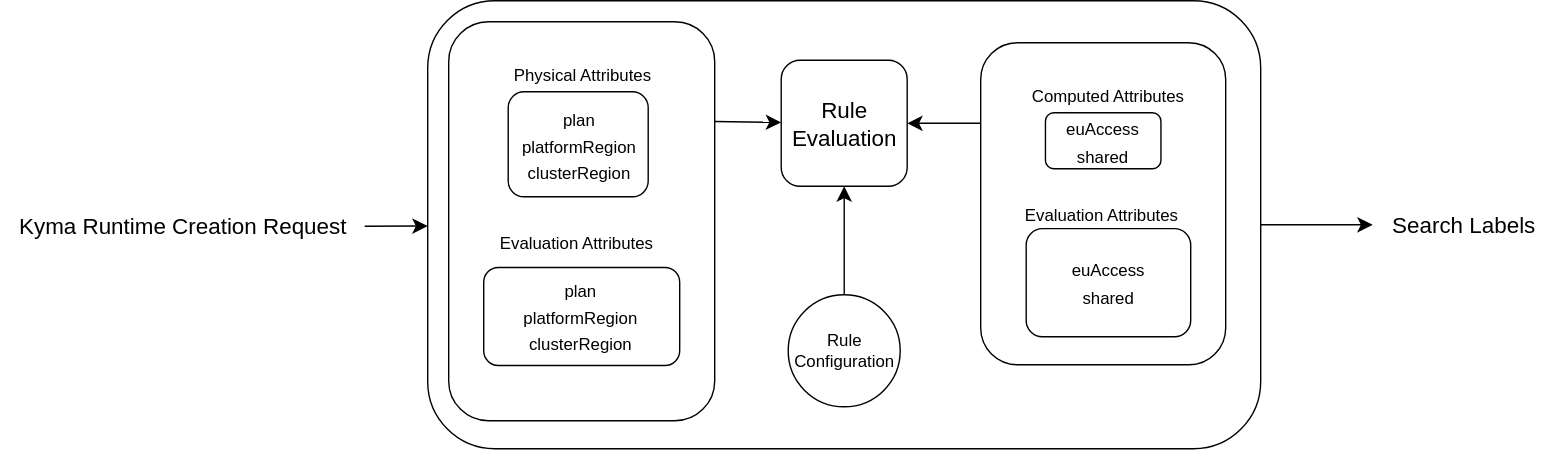
Before: docs/assets/hap-rules-general.drawio.svg, a diagram exported from draw.io (kyma-project/kyma-environment-broker). Source tidied: cells renumbered, new cells last; positions are measured from the earlier drawing's top-left corner, leaving out a move shared by most shapes. Source of this version:
```xml
<mxGraphModel>
  <root>
    <mxCell id="0" />
    <mxCell id="1" parent="0" />
    <mxCell id="2" style="edgeStyle=none;curved=1;rounded=0;jettySize=auto;html=1;fontSize=12;startSize=8;endSize=8;" parent="1" edge="1" source="3" target="15">
      <mxGeometry relative="1" as="geometry" />
    </mxCell>
    <mxCell id="3" style="whiteSpace=wrap;html=1;rounded=1;" parent="1" vertex="1">
      <mxGeometry x="305" width="595" height="320" as="geometry" />
    </mxCell>
    <mxCell id="4" style="edgeStyle=none;curved=1;rounded=0;jettySize=auto;html=1;exitX=0;exitY=0.25;exitDx=0;exitDy=0;fontSize=12;startSize=8;endSize=8;" parent="1" edge="1" source="5" target="12">
      <mxGeometry relative="1" as="geometry" />
    </mxCell>
    <mxCell id="5" style="whiteSpace=wrap;html=1;rounded=1;" parent="1" vertex="1">
      <mxGeometry x="700" y="30" width="175" height="230" as="geometry" />
    </mxCell>
    <mxCell id="6" style="whiteSpace=wrap;html=1;rounded=1;" parent="1" vertex="1">
      <mxGeometry x="746.2" y="80" width="82.5" height="40" as="geometry" />
    </mxCell>
    <mxCell id="7" style="edgeStyle=none;curved=1;rounded=0;jettySize=auto;html=1;exitX=1;exitY=0.25;exitDx=0;exitDy=0;fontSize=12;startSize=8;endSize=8;" parent="1" edge="1" source="8" target="12">
      <mxGeometry relative="1" as="geometry" />
    </mxCell>
    <mxCell id="8" style="whiteSpace=wrap;html=1;rounded=1;" parent="1" vertex="1">
      <mxGeometry x="320" y="15" width="190" height="285" as="geometry" />
    </mxCell>
    <mxCell id="9" style="whiteSpace=wrap;html=1;rounded=1;" parent="1" vertex="1">
      <mxGeometry x="345" y="190.5" width="140" height="70" as="geometry" />
    </mxCell>
    <mxCell id="10" style="whiteSpace=wrap;html=1;rounded=1;" parent="1" vertex="1">
      <mxGeometry x="732.5" y="162.8" width="117.5" height="77.2" as="geometry" />
    </mxCell>
    <mxCell id="11" style="whiteSpace=wrap;html=1;rounded=1;" parent="1" vertex="1">
      <mxGeometry x="362.5" y="65" width="100" height="75" as="geometry" />
    </mxCell>
    <mxCell id="12" value="&lt;span style=&quot;font-size: 16px;&quot;&gt;Rule Evaluation&lt;/span&gt;" style="whiteSpace=wrap;html=1;rounded=1;" parent="1" vertex="1">
      <mxGeometry x="557.5" y="42.5" width="90" height="90" as="geometry" />
    </mxCell>
    <mxCell id="13" style="edgeStyle=none;curved=1;rounded=0;jettySize=auto;html=1;fontSize=12;startSize=8;endSize=8;" parent="1" edge="1" source="14" target="3">
      <mxGeometry relative="1" as="geometry" />
    </mxCell>
    <mxCell id="14" value="&lt;font&gt;Kyma Runtime Creation Request&lt;/font&gt;" style="text;html=1;align=center;verticalAlign=middle;points=[];strokeColor=none;fillColor=none;fontSize=16;" parent="1" vertex="1">
      <mxGeometry y="146.4" width="260" height="30" as="geometry" />
    </mxCell>
    <mxCell id="15" value="Search Labels" style="text;html=1;align=center;verticalAlign=middle;points=[];strokeColor=none;fillColor=none;fontSize=16;" parent="1" vertex="1">
      <mxGeometry x="980" y="145" width="130" height="30" as="geometry" />
    </mxCell>
    <mxCell id="16" style="edgeStyle=none;curved=1;rounded=0;jettySize=auto;html=1;fontSize=12;startSize=8;endSize=8;" parent="1" edge="1" source="17" target="12">
      <mxGeometry relative="1" as="geometry" />
    </mxCell>
    <mxCell id="17" value="Rule Configuration" style="ellipse;whiteSpace=wrap;html=1;" parent="1" vertex="1">
      <mxGeometry x="562.5" y="210" width="80" height="80" as="geometry" />
    </mxCell>
    <mxCell id="18" value="&lt;div&gt;&lt;span style=&quot;font-size: 12px; background-color: transparent; color: light-dark(rgb(0, 0, 0), rgb(255, 255, 255));&quot;&gt;euAccess&lt;/span&gt;&lt;br&gt;&lt;/div&gt;&lt;div&gt;&lt;span style=&quot;font-size: 12px; background-color: transparent; color: light-dark(rgb(0, 0, 0), rgb(255, 255, 255));&quot;&gt;shared&lt;/span&gt;&lt;/div&gt;" style="text;html=1;align=center;verticalAlign=middle;strokeColor=none;fillColor=none;fontSize=16;" parent="1" vertex="1">
      <mxGeometry x="746.9" y="75" width="80" height="50" as="geometry" />
    </mxCell>
    <mxCell id="19" value="&lt;div&gt;&lt;font style=&quot;font-size: 12px;&quot;&gt;plan&lt;/font&gt;&lt;/div&gt;&lt;div&gt;&lt;font style=&quot;font-size: 12px;&quot;&gt;platformRegion&lt;/font&gt;&lt;/div&gt;&lt;div&gt;&lt;font style=&quot;font-size: 12px;&quot;&gt;clusterRegion&lt;/font&gt;&lt;/div&gt;" style="text;html=1;align=center;verticalAlign=middle;strokeColor=none;fillColor=none;fontSize=16;" parent="1" vertex="1">
      <mxGeometry x="363.8" y="190" width="100" height="70" as="geometry" />
    </mxCell>
    <mxCell id="20" value="&lt;div&gt;&lt;span style=&quot;background-color: transparent; color: light-dark(rgb(0, 0, 0), rgb(255, 255, 255)); font-size: 12px;&quot;&gt;euAccess&lt;/span&gt;&lt;br&gt;&lt;/div&gt;&lt;div&gt;&lt;span style=&quot;font-size: 12px; background-color: transparent; color: light-dark(rgb(0, 0, 0), rgb(255, 255, 255));&quot;&gt;shared&lt;/span&gt;&lt;/div&gt;" style="text;html=1;align=center;verticalAlign=middle;strokeColor=none;fillColor=none;fontSize=16;" parent="1" vertex="1">
      <mxGeometry x="751.2" y="176.4" width="80" height="50" as="geometry" />
    </mxCell>
    <mxCell id="21" value="&lt;div&gt;&lt;span style=&quot;font-size: 12px; background-color: transparent; color: light-dark(rgb(0, 0, 0), rgb(255, 255, 255));&quot;&gt;plan&lt;/span&gt;&lt;br&gt;&lt;/div&gt;&lt;div&gt;&lt;font style=&quot;font-size: 12px;&quot;&gt;platformRegion&lt;/font&gt;&lt;/div&gt;&lt;div&gt;&lt;font style=&quot;font-size: 12px;&quot;&gt;clusterRegion&lt;/font&gt;&lt;/div&gt;" style="text;html=1;align=center;verticalAlign=middle;strokeColor=none;fillColor=none;fontSize=16;" parent="1" vertex="1">
      <mxGeometry x="362.5" y="67.5" width="100" height="70" as="geometry" />
    </mxCell>
    <mxCell id="22" value="&lt;span style=&quot;font-family: Helvetica; font-size: 12px; font-style: normal; font-variant-ligatures: normal; font-variant-caps: normal; font-weight: 400; letter-spacing: normal; orphans: 2; text-align: center; text-indent: 0px; text-transform: none; widows: 2; word-spacing: 0px; -webkit-text-stroke-width: 0px; white-space: nowrap; text-decoration-thickness: initial; text-decoration-style: initial; text-decoration-color: initial; float: none; display: inline !important;&quot;&gt;&lt;font&gt;Physical Attributes&lt;/font&gt;&lt;/span&gt;" style="text;whiteSpace=wrap;html=1;" parent="1" vertex="1">
      <mxGeometry x="365" y="40" width="70" height="30" as="geometry" />
    </mxCell>
    <mxCell id="23" value="&lt;span style=&quot;font-family: Helvetica; font-style: normal; font-variant-ligatures: normal; font-variant-caps: normal; font-weight: 400; letter-spacing: normal; orphans: 2; text-align: center; text-indent: 0px; text-transform: none; widows: 2; word-spacing: 0px; -webkit-text-stroke-width: 0px; white-space: nowrap; text-decoration-thickness: initial; text-decoration-style: initial; text-decoration-color: initial; float: none; display: inline !important;&quot;&gt;&lt;font&gt;Evaluation Attributes&lt;/font&gt;&lt;/span&gt;" style="text;whiteSpace=wrap;html=1;" parent="1" vertex="1">
      <mxGeometry x="355" y="160" width="120" height="30" as="geometry" />
    </mxCell>
    <mxCell id="24" value="&lt;font style=&quot;forced-color-adjust: none; font-family: Helvetica; font-style: normal; font-variant-ligatures: normal; font-variant-caps: normal; font-weight: 400; letter-spacing: normal; orphans: 2; text-align: center; text-indent: 0px; text-transform: none; widows: 2; word-spacing: 0px; -webkit-text-stroke-width: 0px; white-space: nowrap; text-decoration-thickness: initial; text-decoration-style: initial; text-decoration-color: initial; font-size: 12px; box-shadow: none !important;&quot;&gt;Evaluation Attributes&lt;/font&gt;" style="text;whiteSpace=wrap;html=1;" parent="1" vertex="1">
      <mxGeometry x="730" y="140" width="140" height="40" as="geometry" />
    </mxCell>
    <mxCell id="25" value="&lt;font style=&quot;forced-color-adjust: none; font-family: Helvetica; font-style: normal; font-variant-ligatures: normal; font-variant-caps: normal; font-weight: 400; letter-spacing: normal; orphans: 2; text-align: center; text-indent: 0px; text-transform: none; widows: 2; word-spacing: 0px; -webkit-text-stroke-width: 0px; white-space: nowrap; text-decoration-thickness: initial; text-decoration-style: initial; text-decoration-color: initial; font-size: 12px; box-shadow: none !important;&quot;&gt;Computed Attributes&lt;/font&gt;" style="text;whiteSpace=wrap;html=1;" parent="1" vertex="1">
      <mxGeometry x="735" y="55" width="96.2" height="25" as="geometry" />
    </mxCell>
    <mxCell id="26" style="edgeStyle=none;curved=1;rounded=0;orthogonalLoop=1;jettySize=auto;html=1;exitX=1;exitY=0.5;exitDx=0;exitDy=0;fontSize=12;startSize=8;endSize=8;" parent="1" edge="1" source="25" target="25">
      <mxGeometry relative="1" as="geometry" />
    </mxCell>
  </root>
</mxGraphModel>
```
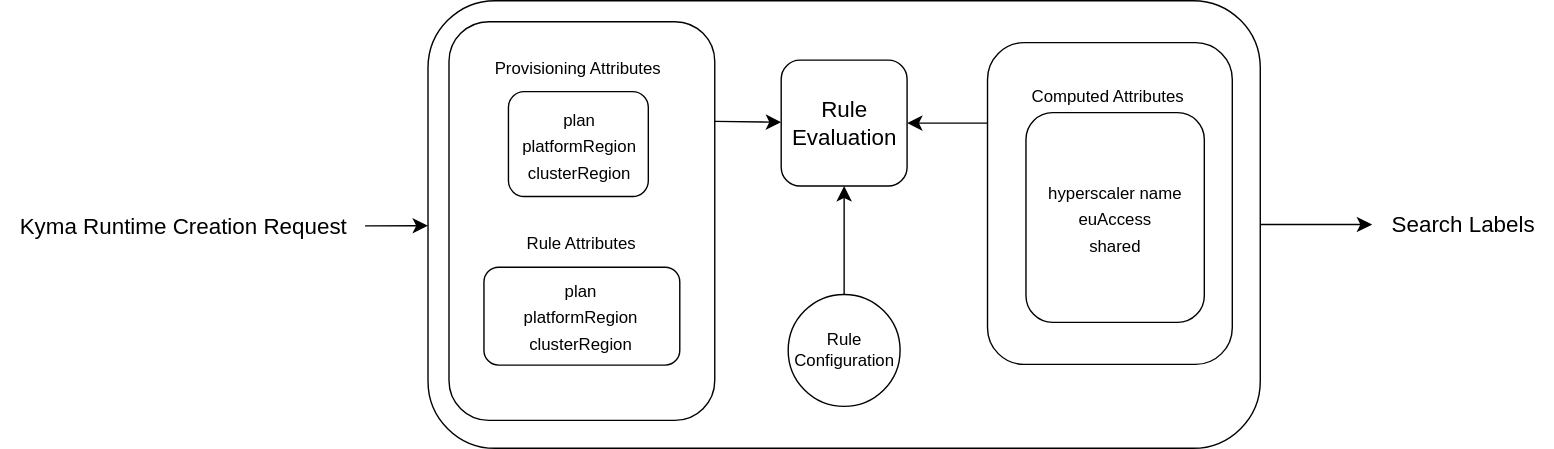
After the change.

What changed in the source:
```diff
@@ -12,11 +12,8 @@
       <mxGeometry relative="1" as="geometry" />
     </mxCell>
     <mxCell id="5" style="whiteSpace=wrap;html=1;rounded=1;" parent="1" vertex="1">
-      <mxGeometry x="700" y="30" width="175" height="230" as="geometry" />
+      <mxGeometry x="705" y="30" width="175" height="230" as="geometry" />
     </mxCell>
-    <mxCell id="6" style="whiteSpace=wrap;html=1;rounded=1;" parent="1" vertex="1">
-      <mxGeometry x="746.2" y="80" width="82.5" height="40" as="geometry" />
-    </mxCell>
     <mxCell id="7" style="edgeStyle=none;curved=1;rounded=0;jettySize=auto;html=1;exitX=1;exitY=0.25;exitDx=0;exitDy=0;fontSize=12;startSize=8;endSize=8;" parent="1" edge="1" source="8" target="12">
       <mxGeometry relative="1" as="geometry" />
     </mxCell>
@@ -27,7 +24,7 @@
       <mxGeometry x="345" y="190.5" width="140" height="70" as="geometry" />
     </mxCell>
     <mxCell id="10" style="whiteSpace=wrap;html=1;rounded=1;" parent="1" vertex="1">
-      <mxGeometry x="732.5" y="162.8" width="117.5" height="77.2" as="geometry" />
+      <mxGeometry x="732.5" y="80" width="127.5" height="150" as="geometry" />
     </mxCell>
     <mxCell id="11" style="whiteSpace=wrap;html=1;rounded=1;" parent="1" vertex="1">
       <mxGeometry x="362.5" y="65" width="100" height="75" as="geometry" />
@@ -50,27 +47,21 @@
     <mxCell id="17" value="Rule Configuration" style="ellipse;whiteSpace=wrap;html=1;" parent="1" vertex="1">
       <mxGeometry x="562.5" y="210" width="80" height="80" as="geometry" />
     </mxCell>
-    <mxCell id="18" value="&lt;div&gt;&lt;span style=&quot;font-size: 12px; background-color: transparent; color: light-dark(rgb(0, 0, 0), rgb(255, 255, 255));&quot;&gt;euAccess&lt;/span&gt;&lt;br&gt;&lt;/div&gt;&lt;div&gt;&lt;span style=&quot;font-size: 12px; background-color: transparent; color: light-dark(rgb(0, 0, 0), rgb(255, 255, 255));&quot;&gt;shared&lt;/span&gt;&lt;/div&gt;" style="text;html=1;align=center;verticalAlign=middle;strokeColor=none;fillColor=none;fontSize=16;" parent="1" vertex="1">
-      <mxGeometry x="746.9" y="75" width="80" height="50" as="geometry" />
-    </mxCell>
     <mxCell id="19" value="&lt;div&gt;&lt;font style=&quot;font-size: 12px;&quot;&gt;plan&lt;/font&gt;&lt;/div&gt;&lt;div&gt;&lt;font style=&quot;font-size: 12px;&quot;&gt;platformRegion&lt;/font&gt;&lt;/div&gt;&lt;div&gt;&lt;font style=&quot;font-size: 12px;&quot;&gt;clusterRegion&lt;/font&gt;&lt;/div&gt;" style="text;html=1;align=center;verticalAlign=middle;strokeColor=none;fillColor=none;fontSize=16;" parent="1" vertex="1">
       <mxGeometry x="363.8" y="190" width="100" height="70" as="geometry" />
     </mxCell>
-    <mxCell id="20" value="&lt;div&gt;&lt;span style=&quot;background-color: transparent; color: light-dark(rgb(0, 0, 0), rgb(255, 255, 255)); font-size: 12px;&quot;&gt;euAccess&lt;/span&gt;&lt;br&gt;&lt;/div&gt;&lt;div&gt;&lt;span style=&quot;font-size: 12px; background-color: transparent; color: light-dark(rgb(0, 0, 0), rgb(255, 255, 255));&quot;&gt;shared&lt;/span&gt;&lt;/div&gt;" style="text;html=1;align=center;verticalAlign=middle;strokeColor=none;fillColor=none;fontSize=16;" parent="1" vertex="1">
-      <mxGeometry x="751.2" y="176.4" width="80" height="50" as="geometry" />
+    <mxCell id="20" value="&lt;div&gt;&lt;span style=&quot;background-color: transparent; color: light-dark(rgb(0, 0, 0), rgb(255, 255, 255)); font-size: 12px;&quot;&gt;hyperscaler name&lt;/span&gt;&lt;/div&gt;&lt;div&gt;&lt;span style=&quot;font-size: 12px;&quot;&gt;euAccess&lt;/span&gt;&lt;br&gt;&lt;/div&gt;&lt;div&gt;&lt;span style=&quot;font-size: 12px; background-color: transparent; color: light-dark(rgb(0, 0, 0), rgb(255, 255, 255));&quot;&gt;shared&lt;/span&gt;&lt;/div&gt;" style="text;html=1;align=center;verticalAlign=middle;strokeColor=none;fillColor=none;fontSize=16;" parent="1" vertex="1">
+      <mxGeometry x="736.2" y="120" width="120" height="70" as="geometry" />
     </mxCell>
     <mxCell id="21" value="&lt;div&gt;&lt;span style=&quot;font-size: 12px; background-color: transparent; color: light-dark(rgb(0, 0, 0), rgb(255, 255, 255));&quot;&gt;plan&lt;/span&gt;&lt;br&gt;&lt;/div&gt;&lt;div&gt;&lt;font style=&quot;font-size: 12px;&quot;&gt;platformRegion&lt;/font&gt;&lt;/div&gt;&lt;div&gt;&lt;font style=&quot;font-size: 12px;&quot;&gt;clusterRegion&lt;/font&gt;&lt;/div&gt;" style="text;html=1;align=center;verticalAlign=middle;strokeColor=none;fillColor=none;fontSize=16;" parent="1" vertex="1">
       <mxGeometry x="362.5" y="67.5" width="100" height="70" as="geometry" />
     </mxCell>
-    <mxCell id="22" value="&lt;span style=&quot;font-family: Helvetica; font-size: 12px; font-style: normal; font-variant-ligatures: normal; font-variant-caps: normal; font-weight: 400; letter-spacing: normal; orphans: 2; text-align: center; text-indent: 0px; text-transform: none; widows: 2; word-spacing: 0px; -webkit-text-stroke-width: 0px; white-space: nowrap; text-decoration-thickness: initial; text-decoration-style: initial; text-decoration-color: initial; float: none; display: inline !important;&quot;&gt;&lt;font&gt;Physical Attributes&lt;/font&gt;&lt;/span&gt;" style="text;whiteSpace=wrap;html=1;" parent="1" vertex="1">
-      <mxGeometry x="365" y="40" width="70" height="30" as="geometry" />
+    <mxCell id="22" value="&lt;span style=&quot;font-family: Helvetica; font-size: 12px; font-style: normal; font-variant-ligatures: normal; font-variant-caps: normal; font-weight: 400; letter-spacing: normal; orphans: 2; text-indent: 0px; text-transform: none; widows: 2; word-spacing: 0px; -webkit-text-stroke-width: 0px; white-space: nowrap; text-decoration-thickness: initial; text-decoration-style: initial; text-decoration-color: initial; float: none; display: inline !important;&quot;&gt;&lt;font&gt;Provisioning Attributes&lt;/font&gt;&lt;/span&gt;" style="text;whiteSpace=wrap;html=1;align=center;" parent="1" vertex="1">
+      <mxGeometry x="355" y="35" width="115" height="30" as="geometry" />
     </mxCell>
-    <mxCell id="23" value="&lt;span style=&quot;font-family: Helvetica; font-style: normal; font-variant-ligatures: normal; font-variant-caps: normal; font-weight: 400; letter-spacing: normal; orphans: 2; text-align: center; text-indent: 0px; text-transform: none; widows: 2; word-spacing: 0px; -webkit-text-stroke-width: 0px; white-space: nowrap; text-decoration-thickness: initial; text-decoration-style: initial; text-decoration-color: initial; float: none; display: inline !important;&quot;&gt;&lt;font&gt;Evaluation Attributes&lt;/font&gt;&lt;/span&gt;" style="text;whiteSpace=wrap;html=1;" parent="1" vertex="1">
+    <mxCell id="23" value="&lt;span style=&quot;font-family: Helvetica; font-style: normal; font-variant-ligatures: normal; font-variant-caps: normal; font-weight: 400; letter-spacing: normal; orphans: 2; text-indent: 0px; text-transform: none; widows: 2; word-spacing: 0px; -webkit-text-stroke-width: 0px; white-space: nowrap; text-decoration-thickness: initial; text-decoration-style: initial; text-decoration-color: initial; float: none; display: inline !important;&quot;&gt;&lt;font&gt;Rule Attributes&lt;/font&gt;&lt;/span&gt;" style="text;whiteSpace=wrap;html=1;align=center;" parent="1" vertex="1">
       <mxGeometry x="355" y="160" width="120" height="30" as="geometry" />
     </mxCell>
-    <mxCell id="24" value="&lt;font style=&quot;forced-color-adjust: none; font-family: Helvetica; font-style: normal; font-variant-ligatures: normal; font-variant-caps: normal; font-weight: 400; letter-spacing: normal; orphans: 2; text-align: center; text-indent: 0px; text-transform: none; widows: 2; word-spacing: 0px; -webkit-text-stroke-width: 0px; white-space: nowrap; text-decoration-thickness: initial; text-decoration-style: initial; text-decoration-color: initial; font-size: 12px; box-shadow: none !important;&quot;&gt;Evaluation Attributes&lt;/font&gt;" style="text;whiteSpace=wrap;html=1;" parent="1" vertex="1">
-      <mxGeometry x="730" y="140" width="140" height="40" as="geometry" />
-    </mxCell>
     <mxCell id="25" value="&lt;font style=&quot;forced-color-adjust: none; font-family: Helvetica; font-style: normal; font-variant-ligatures: normal; font-variant-caps: normal; font-weight: 400; letter-spacing: normal; orphans: 2; text-align: center; text-indent: 0px; text-transform: none; widows: 2; word-spacing: 0px; -webkit-text-stroke-width: 0px; white-space: nowrap; text-decoration-thickness: initial; text-decoration-style: initial; text-decoration-color: initial; font-size: 12px; box-shadow: none !important;&quot;&gt;Computed Attributes&lt;/font&gt;" style="text;whiteSpace=wrap;html=1;" parent="1" vertex="1">
       <mxGeometry x="735" y="55" width="96.2" height="25" as="geometry" />
     </mxCell>
```
